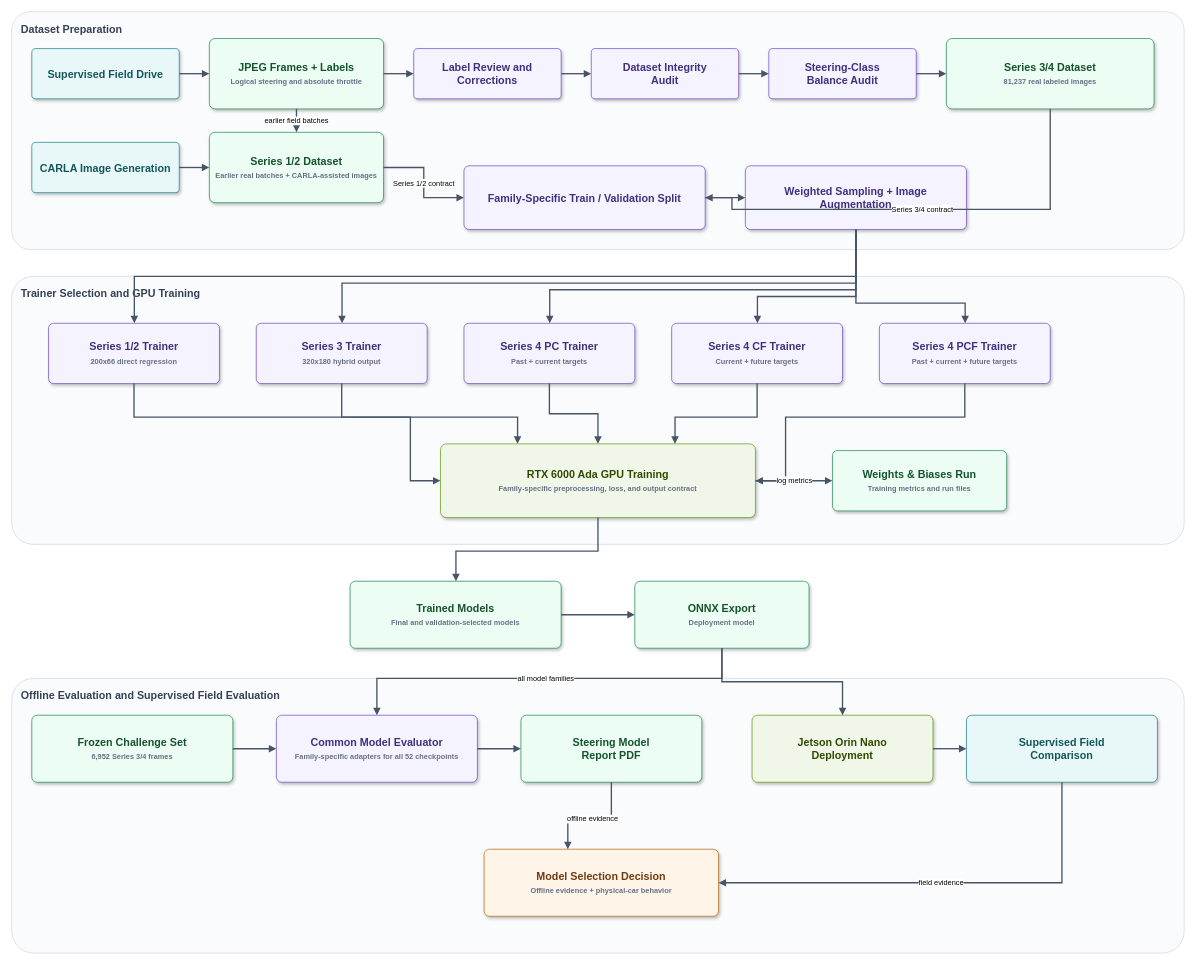
This is docs/site/assets/diagrams/training-evaluation.drawio from RamCodesBetter/SidewalkPilot, a draw.io file, before an edit. Source tidied: cells renumbered, new cells numbered last; positions are measured from the earlier drawing's top-left corner, leaving out a move shared by most shapes. Both pictures are drawn from the tidied source at 67%, with x=0, y=0 at pixel (11, 11).
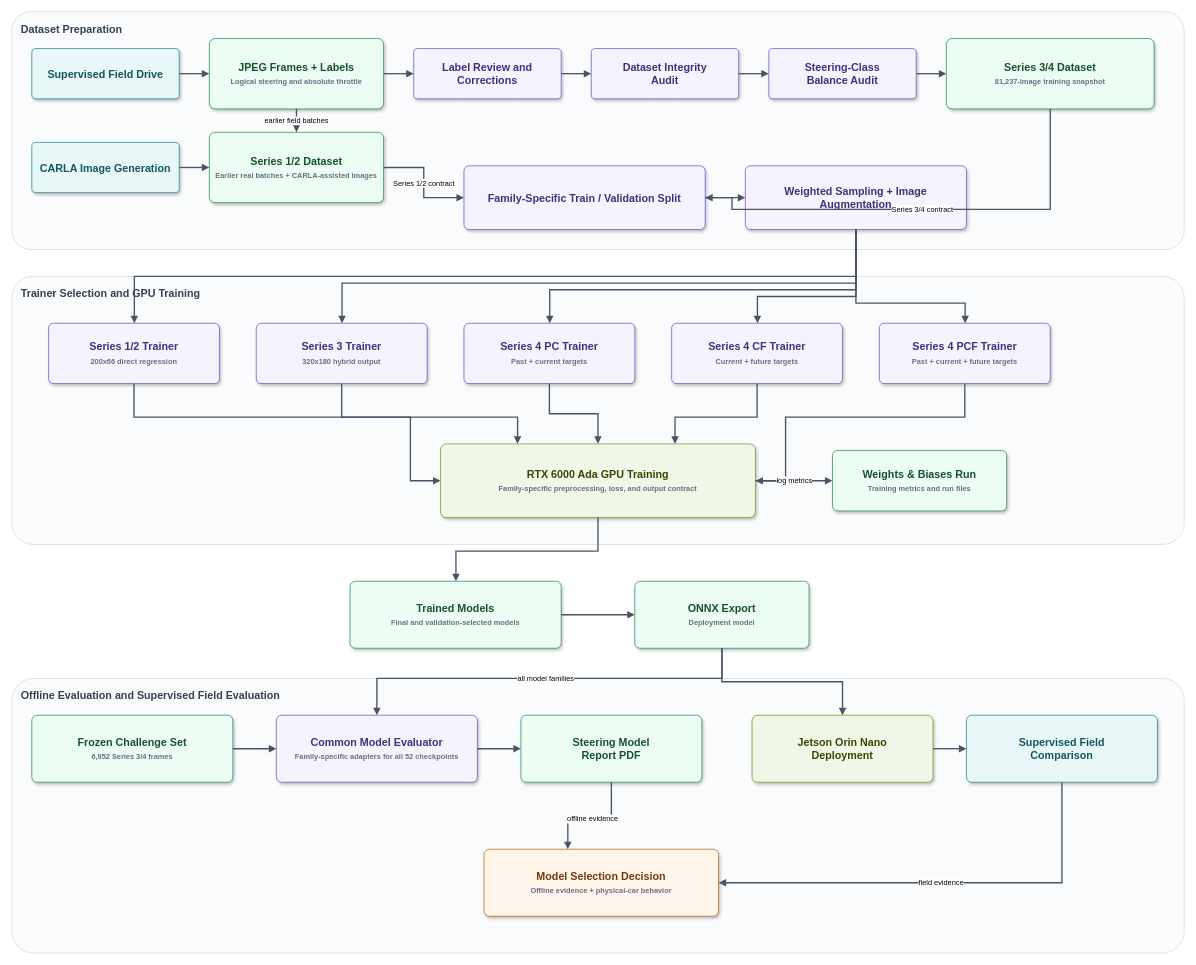
The same diagram, later.

Diff of the diagram source:
```diff
@@
-    <mxCell id="10" value="Series 3/4 Dataset&lt;br&gt;&lt;font style=&quot;font-size:11px;color:#667085&quot;&gt;81,237 real labeled images&lt;/font&gt;" style="rounded=1;whiteSpace=wrap;html=1;arcSize=8;shadow=1;fillColor=#ECFDF3;strokeColor=#16834A;fontColor=#14532D;fontFamily=Arial;fontSize=16;fontStyle=1;verticalAlign=middle;spacing=8;" parent="1" vertex="1">
+    <mxCell id="10" value="Series 3/4 Dataset&lt;br&gt;&lt;font style=&quot;font-size:11px;color:#667085&quot;&gt;81,237-image training snapshot&lt;/font&gt;" style="rounded=1;whiteSpace=wrap;html=1;arcSize=8;shadow=1;fillColor=#ECFDF3;strokeColor=#16834A;fontColor=#14532D;fontFamily=Arial;fontSize=16;fontStyle=1;verticalAlign=middle;spacing=8;" parent="1" vertex="1">
       <mxGeometry x="1395" y="40" width="310" height="105" as="geometry" />
     </mxCell>
```
